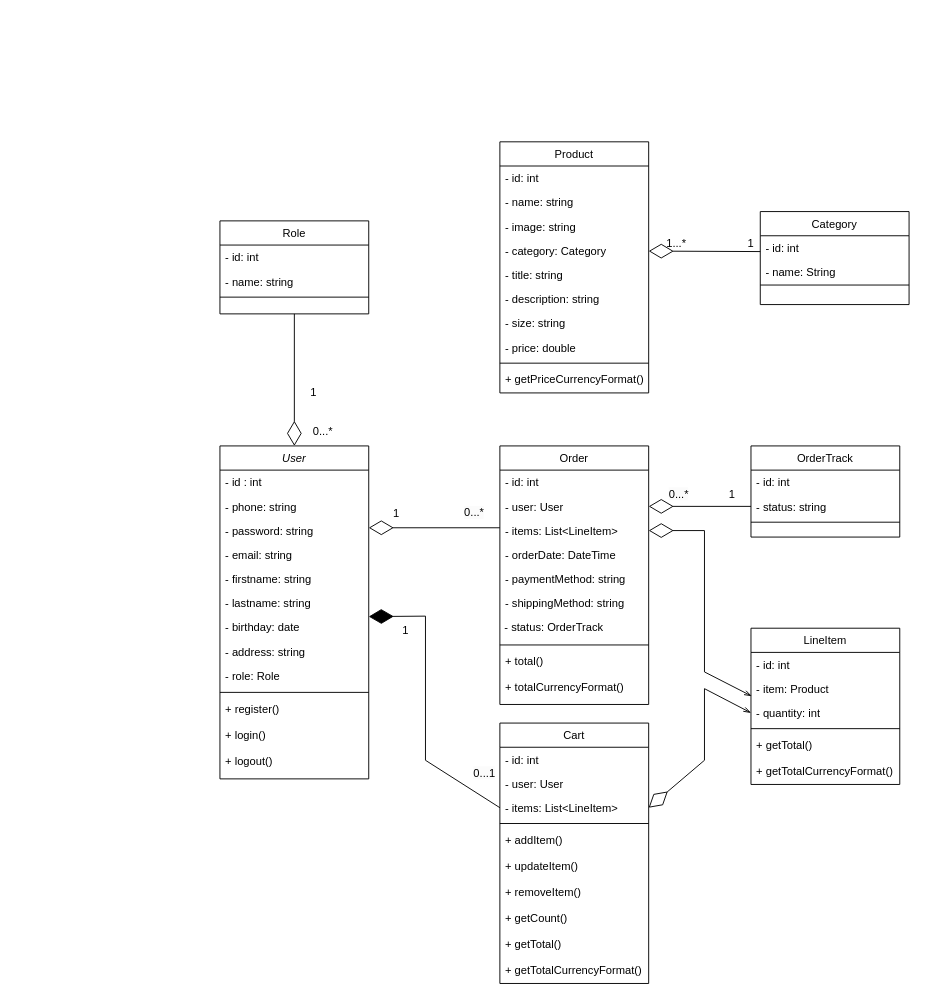
Earlier version of the draw.io diagram WEB.drawio (Bisoo12300/web_project_ERD). Source tidied: cells renumbered, new cells numbered last; positions are measured from the earlier drawing's top-left corner, leaving out a move shared by most shapes. Both pictures are drawn from the tidied source at 93%, with x=0, y=0 at pixel (219, 141).
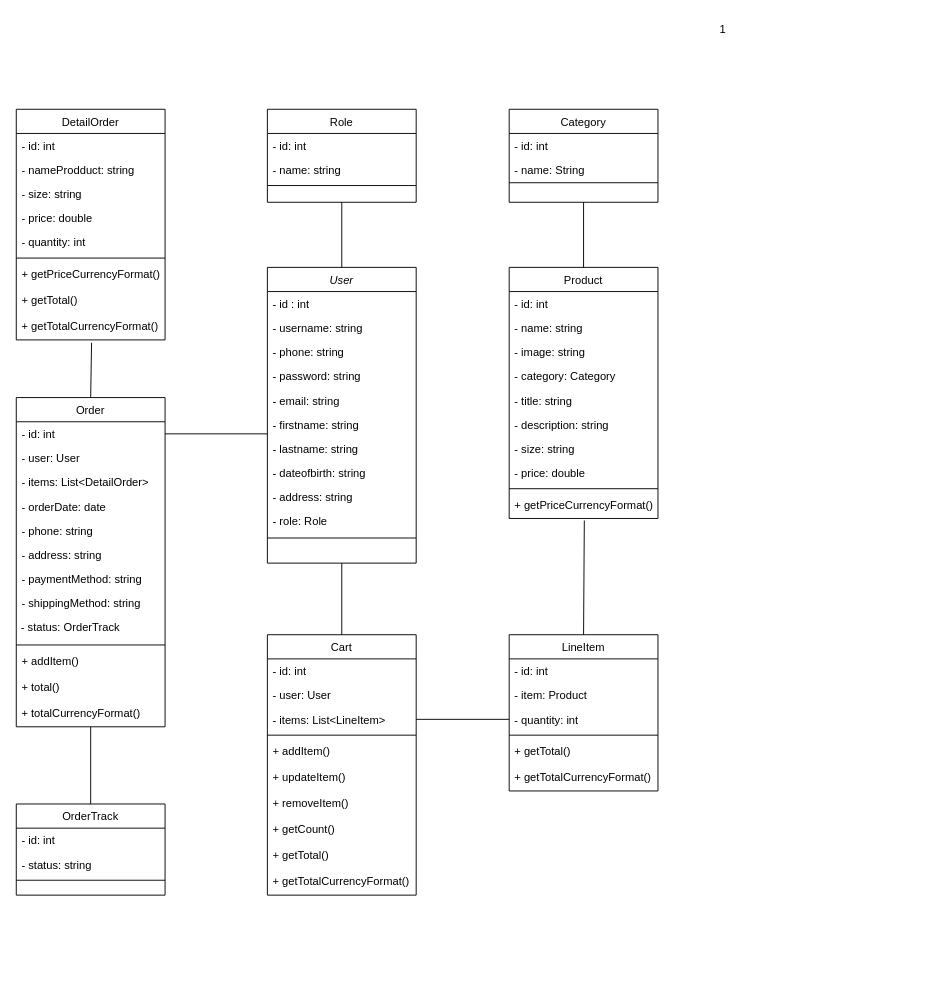
After the change.

Commit message:
Cập nhật WEB.drawio

Unchanged cells that the change refers to:
```xml
<mxCell id="26" value="- items: List&lt;LineItem&gt;" style="text;align=left;verticalAlign=top;spacingLeft=4;spacingRight=4;overflow=hidden;points=[[0,0.5],[1,0.5]];portConstraint=eastwest;" parent="23" vertex="1">
  <mxGeometry y="78" width="160" height="26" as="geometry" />
</mxCell>
<mxCell id="36" value="- item: Product" style="text;align=left;verticalAlign=top;spacingLeft=4;spacingRight=4;overflow=hidden;points=[[0,0.5],[1,0.5]];portConstraint=eastwest;" parent="34" vertex="1">
  <mxGeometry y="52" width="160" height="26" as="geometry" />
</mxCell>
<mxCell id="37" value="- quantity: int" style="text;align=left;verticalAlign=top;spacingLeft=4;spacingRight=4;overflow=hidden;points=[[0,0.5],[1,0.5]];portConstraint=eastwest;" parent="34" vertex="1">
  <mxGeometry y="78" width="160" height="26" as="geometry" />
</mxCell>
<mxCell id="51" value="+ getPriceCurrencyFormat()" style="text;align=left;verticalAlign=top;spacingLeft=4;spacingRight=4;overflow=hidden;points=[[0,0.5],[1,0.5]];portConstraint=eastwest;rounded=0;shadow=0;html=0;" parent="41" vertex="1">
  <mxGeometry y="242" width="160" height="28" as="geometry" />
</mxCell>
<mxCell id="60" value="- id: int" style="text;align=left;verticalAlign=top;spacingLeft=4;spacingRight=4;overflow=hidden;points=[[0,0.5],[1,0.5]];portConstraint=eastwest;" parent="59" vertex="1">
  <mxGeometry y="26" width="160" height="26" as="geometry" />
</mxCell>
<mxCell id="61" value="- user: User" style="text;align=left;verticalAlign=top;spacingLeft=4;spacingRight=4;overflow=hidden;points=[[0,0.5],[1,0.5]];portConstraint=eastwest;rounded=0;shadow=0;html=0;" parent="59" vertex="1">
  <mxGeometry y="52" width="160" height="26" as="geometry" />
</mxCell>
<mxCell id="78" value="- status: string" style="text;align=left;verticalAlign=top;spacingLeft=4;spacingRight=4;overflow=hidden;points=[[0,0.5],[1,0.5]];portConstraint=eastwest;" parent="76" vertex="1">
  <mxGeometry y="52" width="160" height="26" as="geometry" />
</mxCell>
```

What changed in the source:
```diff
@@
     <mxCell id="2" value="User" style="swimlane;fontStyle=2;align=center;verticalAlign=top;horizontal=1;startSize=26;rounded=0;shadow=0;strokeWidth=1;" parent="1" vertex="1">
-      <mxGeometry y="327" width="160" height="358" as="geometry" />
+      <mxGeometry x="51" y="135" width="160" height="318" as="geometry" />
     </mxCell>
@@
+    <mxCell id="85" value="- username: string" style="text;align=left;verticalAlign=top;spacingLeft=4;spacingRight=4;overflow=hidden;" parent="2" vertex="1">
+      <mxGeometry y="52" width="160" height="26" as="geometry" />
+    </mxCell>
     <mxCell id="4" value="- phone: string" style="text;align=left;verticalAlign=top;spacingLeft=4;spacingRight=4;overflow=hidden;rounded=0;shadow=0;html=0;" parent="2" vertex="1">
-      <mxGeometry y="52" width="160" height="26" as="geometry" />
+      <mxGeometry y="78" width="160" height="26" as="geometry" />
     </mxCell>
     <mxCell id="5" value="- password: string&#10;" style="text;align=left;verticalAlign=top;spacingLeft=4;spacingRight=4;overflow=hidden;rounded=0;shadow=0;html=0;" parent="2" vertex="1">
-      <mxGeometry y="78" width="160" height="26" as="geometry" />
+      <mxGeometry y="104" width="160" height="26" as="geometry" />
     </mxCell>
     <mxCell id="6" value="- email: string" style="text;align=left;verticalAlign=top;spacingLeft=4;spacingRight=4;overflow=hidden;rounded=0;shadow=0;html=0;" parent="2" vertex="1">
-      <mxGeometry y="104" width="160" height="26" as="geometry" />
+      <mxGeometry y="130" width="160" height="26" as="geometry" />
     </mxCell>
     <mxCell id="7" value="- firstname: string&#10;" style="text;align=left;verticalAlign=top;spacingLeft=4;spacingRight=4;overflow=hidden;rounded=0;shadow=0;html=0;" parent="2" vertex="1">
-      <mxGeometry y="130" width="160" height="26" as="geometry" />
+      <mxGeometry y="156" width="160" height="26" as="geometry" />
     </mxCell>
     <mxCell id="8" value="- lastname: string" style="text;align=left;verticalAlign=top;spacingLeft=4;spacingRight=4;overflow=hidden;rounded=0;shadow=0;html=0;" parent="2" vertex="1">
-      <mxGeometry y="156" width="160" height="26" as="geometry" />
+      <mxGeometry y="182" width="160" height="26" as="geometry" />
     </mxCell>
-    <mxCell id="9" value="- birthday: date" style="text;align=left;verticalAlign=top;spacingLeft=4;spacingRight=4;overflow=hidden;points=[[0,0.5],[1,0.5]];portConstraint=eastwest;rounded=0;shadow=0;html=0;" parent="2" vertex="1">
-      <mxGeometry y="182" width="160" height="26" as="geometry" />
+    <mxCell id="9" value="- dateofbirth: string" style="text;align=left;verticalAlign=top;spacingLeft=4;spacingRight=4;overflow=hidden;points=[[0,0.5],[1,0.5]];portConstraint=eastwest;rounded=0;shadow=0;html=0;" parent="2" vertex="1">
+      <mxGeometry y="208" width="160" height="26" as="geometry" />
     </mxCell>
     <mxCell id="10" value="- address: string " style="text;align=left;verticalAlign=top;spacingLeft=4;spacingRight=4;overflow=hidden;rounded=0;shadow=0;html=0;" parent="2" vertex="1">
-      <mxGeometry y="208" width="160" height="26" as="geometry" />
+      <mxGeometry y="234" width="160" height="26" as="geometry" />
     </mxCell>
     <mxCell id="11" value="- role: Role " style="text;align=left;verticalAlign=top;spacingLeft=4;spacingRight=4;overflow=hidden;rounded=0;shadow=0;html=0;" parent="2" vertex="1">
-      <mxGeometry y="234" width="160" height="26" as="geometry" />
+      <mxGeometry y="260" width="160" height="26" as="geometry" />
     </mxCell>
     <mxCell id="12" style="line;html=1;strokeWidth=1;align=left;verticalAlign=middle;spacingTop=-1;spacingLeft=3;spacingRight=3;labelPosition=right;" parent="2" vertex="1">
-      <mxGeometry y="260" width="160" height="10" as="geometry" />
+      <mxGeometry y="286" width="160" height="10" as="geometry" />
     </mxCell>
-    <mxCell id="13" value="+ register()" style="text;align=left;verticalAlign=top;spacingLeft=4;spacingRight=4;overflow=hidden;rounded=0;shadow=0;html=0;" parent="2" vertex="1">
-      <mxGeometry y="270" width="160" height="28" as="geometry" />
-    </mxCell>
-    <mxCell id="14" value="+ login()" style="text;align=left;verticalAlign=top;spacingLeft=4;spacingRight=4;overflow=hidden;rounded=0;shadow=0;html=0;" parent="2" vertex="1">
-      <mxGeometry y="298" width="160" height="28" as="geometry" />
-    </mxCell>
-    <mxCell id="15" value="+ logout()" style="text;align=left;verticalAlign=top;spacingLeft=4;spacingRight=4;overflow=hidden;rounded=0;shadow=0;html=0;" parent="2" vertex="1">
-      <mxGeometry y="326" width="160" height="28" as="geometry" />
-    </mxCell>
     <mxCell id="16" value="Role" style="swimlane;fontStyle=0;align=center;verticalAlign=top;horizontal=1;startSize=26;rounded=0;shadow=0;strokeWidth=1;" parent="1" vertex="1">
-      <mxGeometry y="85" width="160" height="100" as="geometry" />
+      <mxGeometry x="51" y="-35" width="160" height="100" as="geometry" />
     </mxCell>
@@
-    <mxCell id="20" style="endArrow=diamondThin;endFill=0;endSize=24;html=1;rounded=0;entryX=0.5;entryY=0;entryDx=0;entryDy=0;exitX=0.5;exitY=1;exitDx=0;exitDy=0;" parent="1" edge="1" source="16" target="2">
-      <mxGeometry relative="1" as="geometry" />
-    </mxCell>
     <mxCell id="21" value="1" style="text;html=1;strokeColor=none;fillColor=none;align=center;verticalAlign=middle;whiteSpace=wrap;rounded=0;" parent="1" vertex="1">
-      <mxGeometry x="71" y="255" width="60" height="30" as="geometry" />
+      <mxGeometry x="511" y="-135" width="60" height="30" as="geometry" />
     </mxCell>
-    <mxCell id="22" value="0...*" style="text;html=1;strokeColor=none;fillColor=none;align=center;verticalAlign=middle;whiteSpace=wrap;rounded=0;" parent="1" vertex="1">
-      <mxGeometry x="81" y="297" width="60" height="30" as="geometry" />
-    </mxCell>
     <mxCell id="23" value="Cart" style="swimlane;fontStyle=0;align=center;verticalAlign=top;horizontal=1;startSize=26;rounded=0;shadow=0;strokeWidth=1;" parent="1" vertex="1">
-      <mxGeometry x="301" y="625" width="160" height="280" as="geometry" />
+      <mxGeometry x="51" y="530" width="160" height="280" as="geometry" />
     </mxCell>
@@
     <mxCell id="34" value="LineItem" style="swimlane;fontStyle=0;align=center;verticalAlign=top;horizontal=1;startSize=26;rounded=0;shadow=0;strokeWidth=1;" parent="1" vertex="1">
-      <mxGeometry x="571" y="523" width="160" height="168" as="geometry" />
+      <mxGeometry x="311" y="530" width="160" height="168" as="geometry" />
     </mxCell>
@@
     <mxCell id="41" value="Product" style="swimlane;fontStyle=0;align=center;verticalAlign=top;horizontal=1;startSize=26;rounded=0;shadow=0;strokeWidth=1;" parent="1" vertex="1">
-      <mxGeometry x="301" width="160" height="270" as="geometry" />
+      <mxGeometry x="311" y="135" width="160" height="270" as="geometry" />
     </mxCell>
@@
     <mxCell id="52" value="Category" style="swimlane;fontStyle=0;align=center;verticalAlign=top;horizontal=1;startSize=26;rounded=0;shadow=0;strokeWidth=1;" parent="1" vertex="1">
-      <mxGeometry x="581" y="75" width="160" height="100" as="geometry" />
+      <mxGeometry x="311" y="-35" width="160" height="100" as="geometry" />
     </mxCell>
@@
-    <mxCell id="56" style="endArrow=diamondThin;endFill=0;endSize=24;html=1;rounded=0;entryX=0;entryY=0.75;entryDx=0;entryDy=0;" parent="1" edge="1" target="58">
-      <mxGeometry relative="1" as="geometry">
-        <mxPoint x="581" y="118" as="sourcePoint" />
-      </mxGeometry>
-    </mxCell>
-    <mxCell id="57" value="1" style="text;html=1;strokeColor=none;fillColor=none;align=center;verticalAlign=middle;whiteSpace=wrap;rounded=0;" parent="1" vertex="1">
-      <mxGeometry x="541" y="95" width="60" height="30" as="geometry" />
-    </mxCell>
-    <mxCell id="58" value="1...*" style="text;html=1;strokeColor=none;fillColor=none;align=center;verticalAlign=middle;whiteSpace=wrap;rounded=0;" parent="1" vertex="1">
-      <mxGeometry x="461" y="95" width="60" height="30" as="geometry" />
-    </mxCell>
     <mxCell id="59" value="Order" style="swimlane;fontStyle=0;align=center;verticalAlign=top;horizontal=1;startSize=26;rounded=0;shadow=0;strokeWidth=1;" parent="1" vertex="1">
-      <mxGeometry x="301" y="327" width="160" height="278" as="geometry" />
+      <mxGeometry x="-219" y="275" width="160" height="354" as="geometry" />
     </mxCell>
@@
-    <mxCell id="62" value="- items: List&lt;LineItem&gt;" style="text;align=left;verticalAlign=top;spacingLeft=4;spacingRight=4;overflow=hidden;points=[[0,0.5],[1,0.5]];portConstraint=eastwest;" parent="59" vertex="1">
+    <mxCell id="62" value="- items: List&lt;DetailOrder&gt;" style="text;align=left;verticalAlign=top;spacingLeft=4;spacingRight=4;overflow=hidden;points=[[0,0.5],[1,0.5]];portConstraint=eastwest;" parent="59" vertex="1">
       <mxGeometry y="78" width="160" height="26" as="geometry" />
     </mxCell>
-    <mxCell id="63" value="- orderDate: DateTime" style="text;align=left;verticalAlign=top;spacingLeft=4;spacingRight=4;overflow=hidden;rounded=0;shadow=0;html=0;" parent="59" vertex="1">
+    <mxCell id="63" value="- orderDate: date" style="text;align=left;verticalAlign=top;spacingLeft=4;spacingRight=4;overflow=hidden;rounded=0;shadow=0;html=0;" parent="59" vertex="1">
       <mxGeometry y="104" width="160" height="26" as="geometry" />
     </mxCell>
+    <mxCell id="86" value="- phone: string" style="text;align=left;verticalAlign=top;spacingLeft=4;spacingRight=4;overflow=hidden;rounded=0;shadow=0;html=0;" parent="59" vertex="1">
+      <mxGeometry y="130" width="160" height="26" as="geometry" />
+    </mxCell>
+    <mxCell id="87" value="- address: string " style="text;align=left;verticalAlign=top;spacingLeft=4;spacingRight=4;overflow=hidden;rounded=0;shadow=0;html=0;" parent="59" vertex="1">
+      <mxGeometry y="156" width="160" height="26" as="geometry" />
+    </mxCell>
     <mxCell id="64" value="- paymentMethod: string" style="text;align=left;verticalAlign=top;spacingLeft=4;spacingRight=4;overflow=hidden;rounded=0;shadow=0;html=0;" parent="59" vertex="1">
-      <mxGeometry y="130" width="160" height="26" as="geometry" />
+      <mxGeometry y="182" width="160" height="26" as="geometry" />
     </mxCell>
     <mxCell id="65" value="- shippingMethod: string" style="text;align=left;verticalAlign=top;spacingLeft=4;spacingRight=4;overflow=hidden;rounded=0;shadow=0;html=0;" parent="59" vertex="1">
-      <mxGeometry y="156" width="160" height="26" as="geometry" />
+      <mxGeometry y="208" width="160" height="26" as="geometry" />
     </mxCell>
     <mxCell id="66" value="&amp;nbsp;- status: OrderTrack" style="text;whiteSpace=wrap;html=1;" parent="59" vertex="1">
-      <mxGeometry y="182" width="160" height="28" as="geometry" />
+      <mxGeometry y="234" width="160" height="28" as="geometry" />
     </mxCell>
     <mxCell id="67" style="line;html=1;strokeWidth=1;align=left;verticalAlign=middle;spacingTop=-1;spacingLeft=3;spacingRight=3;labelPosition=right;" parent="59" vertex="1">
-      <mxGeometry y="210" width="160" height="8" as="geometry" />
+      <mxGeometry y="262" width="160" height="8" as="geometry" />
     </mxCell>
+    <mxCell id="88" value="+ addItem()" style="text;align=left;verticalAlign=top;spacingLeft=4;spacingRight=4;overflow=hidden;rounded=0;shadow=0;html=0;" parent="59" vertex="1">
+      <mxGeometry y="270" width="160" height="28" as="geometry" />
+    </mxCell>
     <mxCell id="68" value="+ total()" style="text;align=left;verticalAlign=top;spacingLeft=4;spacingRight=4;overflow=hidden;rounded=0;shadow=0;html=0;" parent="59" vertex="1">
-      <mxGeometry y="218" width="160" height="28" as="geometry" />
+      <mxGeometry y="298" width="160" height="28" as="geometry" />
     </mxCell>
     <mxCell id="69" value="+ totalCurrencyFormat()" style="text;align=left;verticalAlign=top;spacingLeft=4;spacingRight=4;overflow=hidden;points=[[0,0.5],[1,0.5]];portConstraint=eastwest;rounded=0;shadow=0;html=0;" parent="59" vertex="1">
-      <mxGeometry y="246" width="160" height="28" as="geometry" />
+      <mxGeometry y="326" width="160" height="28" as="geometry" />
     </mxCell>
-    <mxCell id="70" style="endArrow=diamondThin;endFill=1;endSize=24;html=1;rounded=0;entryX=1;entryY=0.058;entryDx=0;entryDy=0;entryPerimeter=0;exitX=0;exitY=0.5;exitDx=0;exitDy=0;" parent="1" edge="1" source="26" target="9">
-      <mxGeometry relative="1" as="geometry">
-        <Array as="points">
-          <mxPoint x="221" y="665" />
-          <mxPoint x="221" y="510" />
-        </Array>
-      </mxGeometry>
-    </mxCell>
-    <mxCell id="71" value="1" style="text;html=1;strokeColor=none;fillColor=none;align=center;verticalAlign=middle;whiteSpace=wrap;rounded=0;" parent="1" vertex="1">
-      <mxGeometry x="170" y="511" width="60" height="30" as="geometry" />
-    </mxCell>
-    <mxCell id="72" value="&lt;span style=&quot;color: rgb(0, 0, 0); font-family: Helvetica; font-size: 12px; font-style: normal; font-variant-ligatures: normal; font-variant-caps: normal; font-weight: 400; letter-spacing: normal; orphans: 2; text-align: center; text-indent: 0px; text-transform: none; widows: 2; word-spacing: 0px; -webkit-text-stroke-width: 0px; background-color: rgb(251, 251, 251); text-decoration-thickness: initial; text-decoration-style: initial; text-decoration-color: initial; float: none; display: inline !important;&quot;&gt;0...1&lt;/span&gt;" style="text;whiteSpace=wrap;html=1;" parent="1" vertex="1">
-      <mxGeometry x="271" y="665" width="50" height="40" as="geometry" />
-    </mxCell>
-    <mxCell id="73" style="endArrow=diamondThin;endFill=0;endSize=24;html=1;rounded=0;entryX=0;entryY=1;entryDx=0;entryDy=0;" parent="1" edge="1" target="74">
-      <mxGeometry relative="1" as="geometry">
-        <mxPoint x="301" y="415" as="sourcePoint" />
-      </mxGeometry>
-    </mxCell>
-    <mxCell id="74" value="1" style="text;html=1;strokeColor=none;fillColor=none;align=center;verticalAlign=middle;whiteSpace=wrap;rounded=0;" parent="1" vertex="1">
-      <mxGeometry x="160" y="385" width="60" height="30" as="geometry" />
-    </mxCell>
-    <mxCell id="75" value="&lt;span style=&quot;color: rgb(0, 0, 0); font-family: Helvetica; font-size: 12px; font-style: normal; font-variant-ligatures: normal; font-variant-caps: normal; font-weight: 400; letter-spacing: normal; orphans: 2; text-align: center; text-indent: 0px; text-transform: none; widows: 2; word-spacing: 0px; -webkit-text-stroke-width: 0px; background-color: rgb(251, 251, 251); text-decoration-thickness: initial; text-decoration-style: initial; text-decoration-color: initial; float: none; display: inline !important;&quot;&gt;0...*&lt;/span&gt;" style="text;whiteSpace=wrap;html=1;" parent="1" vertex="1">
-      <mxGeometry x="261" y="385" width="50" height="40" as="geometry" />
-    </mxCell>
     <mxCell id="76" value="OrderTrack" style="swimlane;fontStyle=0;align=center;verticalAlign=top;horizontal=1;startSize=26;rounded=0;shadow=0;strokeWidth=1;" parent="1" vertex="1">
-      <mxGeometry x="571" y="327" width="160" height="98" as="geometry" />
+      <mxGeometry x="-219" y="712" width="160" height="98" as="geometry" />
     </mxCell>
@@
-    <mxCell id="80" style="endArrow=diamondThin;endFill=0;endSize=24;html=1;rounded=0;entryX=1;entryY=0.5;entryDx=0;entryDy=0;exitX=0;exitY=0.5;exitDx=0;exitDy=0;" parent="1" edge="1" source="78" target="61">
-      <mxGeometry relative="1" as="geometry" />
-    </mxCell>
-    <mxCell id="81" value="1" style="text;html=1;strokeColor=none;fillColor=none;align=center;verticalAlign=middle;whiteSpace=wrap;rounded=0;" parent="1" vertex="1">
-      <mxGeometry x="521" y="365" width="60" height="30" as="geometry" />
-    </mxCell>
-    <mxCell id="82" value="&lt;span style=&quot;color: rgb(0, 0, 0); font-family: Helvetica; font-size: 12px; font-style: normal; font-variant-ligatures: normal; font-variant-caps: normal; font-weight: 400; letter-spacing: normal; orphans: 2; text-align: center; text-indent: 0px; text-transform: none; widows: 2; word-spacing: 0px; -webkit-text-stroke-width: 0px; background-color: rgb(251, 251, 251); text-decoration-thickness: initial; text-decoration-style: initial; text-decoration-color: initial; float: none; display: inline !important;&quot;&gt;0...*&lt;/span&gt;" style="text;whiteSpace=wrap;html=1;" parent="1" vertex="1">
-      <mxGeometry x="481" y="365" width="50" height="40" as="geometry" />
-    </mxCell>
-    <mxCell id="83" style="endArrow=diamondThin;endFill=0;endSize=24;html=1;rounded=0;entryX=1;entryY=0.5;entryDx=0;entryDy=0;exitX=0;exitY=0.5;exitDx=0;exitDy=0;startArrow=openThin;startFill=0;" parent="1" edge="1" source="37" target="26">
-      <mxGeometry relative="1" as="geometry">
-        <Array as="points">
-          <mxPoint x="521" y="588" />
-          <mxPoint x="521" y="665" />
-        </Array>
-      </mxGeometry>
-    </mxCell>
-    <mxCell id="84" style="endArrow=diamondThin;endFill=0;endSize=24;html=1;rounded=0;entryX=1;entryY=0.5;entryDx=0;entryDy=0;exitX=0.005;exitY=0.808;exitDx=0;exitDy=0;startArrow=openThin;startFill=0;exitPerimeter=0;" parent="1" edge="1" source="36" target="62">
-      <mxGeometry relative="1" as="geometry">
-        <Array as="points">
-          <mxPoint x="521" y="570" />
-          <mxPoint x="521" y="418" />
-        </Array>
-      </mxGeometry>
-    </mxCell>
+    <mxCell id="89" value="DetailOrder" style="swimlane;fontStyle=0;align=center;verticalAlign=top;horizontal=1;startSize=26;rounded=0;shadow=0;strokeWidth=1;" parent="1" vertex="1">
+      <mxGeometry x="-219" y="-35" width="160" height="248" as="geometry" />
+    </mxCell>
+    <mxCell id="90" value="- id: int" style="text;align=left;verticalAlign=top;spacingLeft=4;spacingRight=4;overflow=hidden;" parent="89" vertex="1">
+      <mxGeometry y="26" width="160" height="26" as="geometry" />
+    </mxCell>
+    <mxCell id="91" value="- nameProdduct: string" style="text;align=left;verticalAlign=top;spacingLeft=4;spacingRight=4;overflow=hidden;" parent="89" vertex="1">
+      <mxGeometry y="52" width="160" height="26" as="geometry" />
+    </mxCell>
+    <mxCell id="92" value="- size: string" style="text;align=left;verticalAlign=top;spacingLeft=4;spacingRight=4;overflow=hidden;" parent="89" vertex="1">
+      <mxGeometry y="78" width="160" height="26" as="geometry" />
+    </mxCell>
+    <mxCell id="93" value="- price: double" style="text;align=left;verticalAlign=top;spacingLeft=4;spacingRight=4;overflow=hidden;rounded=0;shadow=0;html=0;" parent="89" vertex="1">
+      <mxGeometry y="104" width="160" height="26" as="geometry" />
+    </mxCell>
+    <mxCell id="94" value="- quantity: int" style="text;align=left;verticalAlign=top;spacingLeft=4;spacingRight=4;overflow=hidden;" parent="89" vertex="1">
+      <mxGeometry y="130" width="160" height="26" as="geometry" />
+    </mxCell>
+    <mxCell id="95" style="line;html=1;strokeWidth=1;align=left;verticalAlign=middle;spacingTop=-1;spacingLeft=3;spacingRight=3;labelPosition=right;" parent="89" vertex="1">
+      <mxGeometry y="156" width="160" height="8" as="geometry" />
+    </mxCell>
+    <mxCell id="96" value="+ getPriceCurrencyFormat()" style="text;align=left;verticalAlign=top;spacingLeft=4;spacingRight=4;overflow=hidden;rounded=0;shadow=0;html=0;" parent="89" vertex="1">
+      <mxGeometry y="164" width="160" height="28" as="geometry" />
+    </mxCell>
+    <mxCell id="97" value="+ getTotal()" style="text;align=left;verticalAlign=top;spacingLeft=4;spacingRight=4;overflow=hidden;rounded=0;shadow=0;html=0;" parent="89" vertex="1">
+      <mxGeometry y="192" width="160" height="28" as="geometry" />
+    </mxCell>
+    <mxCell id="98" value="+ getTotalCurrencyFormat()" style="text;align=left;verticalAlign=top;spacingLeft=4;spacingRight=4;overflow=hidden;points=[[0,0.5],[1,0.5]];portConstraint=eastwest;rounded=0;shadow=0;html=0;" parent="89" vertex="1">
+      <mxGeometry y="220" width="160" height="28" as="geometry" />
+    </mxCell>
+    <mxCell id="99" style="endArrow=none;html=1;rounded=0;entryX=0.5;entryY=1;entryDx=0;entryDy=0;exitX=0.5;exitY=0;exitDx=0;exitDy=0;" parent="1" edge="1" source="2" target="16">
+      <mxGeometry relative="1" as="geometry" />
+    </mxCell>
+    <mxCell id="100" style="endArrow=none;html=1;rounded=0;entryX=0.5;entryY=1;entryDx=0;entryDy=0;exitX=0.5;exitY=0;exitDx=0;exitDy=0;" parent="1" edge="1" source="41" target="52">
+      <mxGeometry relative="1" as="geometry" />
+    </mxCell>
+    <mxCell id="101" style="endArrow=none;html=1;rounded=0;entryX=0.505;entryY=1.079;entryDx=0;entryDy=0;entryPerimeter=0;exitX=0.5;exitY=0;exitDx=0;exitDy=0;" parent="1" edge="1" source="34" target="51">
+      <mxGeometry relative="1" as="geometry" />
+    </mxCell>
+    <mxCell id="102" style="endArrow=none;html=1;rounded=0;entryX=0.5;entryY=1;entryDx=0;entryDy=0;exitX=0.5;exitY=0;exitDx=0;exitDy=0;" parent="1" edge="1" source="23" target="2">
+      <mxGeometry relative="1" as="geometry" />
+    </mxCell>
+    <mxCell id="103" style="endArrow=none;html=1;rounded=0;exitX=0.5;exitY=0;exitDx=0;exitDy=0;entryX=0.506;entryY=1.111;entryDx=0;entryDy=0;entryPerimeter=0;" parent="1" edge="1" source="59" target="98">
+      <mxGeometry relative="1" as="geometry" />
+    </mxCell>
+    <mxCell id="104" style="endArrow=none;html=1;rounded=0;exitX=0.5;exitY=0;exitDx=0;exitDy=0;" parent="1" edge="1" source="76" target="69">
+      <mxGeometry relative="1" as="geometry" />
+    </mxCell>
+    <mxCell id="105" style="endArrow=none;html=1;rounded=0;exitX=1;exitY=0.5;exitDx=0;exitDy=0;" parent="1" edge="1" source="60">
+      <mxGeometry relative="1" as="geometry">
+        <mxPoint x="51" y="314" as="targetPoint" />
+      </mxGeometry>
+    </mxCell>
+    <mxCell id="106" style="endArrow=none;html=1;rounded=0;exitX=1;exitY=0.5;exitDx=0;exitDy=0;entryX=0;entryY=0.5;entryDx=0;entryDy=0;" parent="1" edge="1" source="26" target="37">
+      <mxGeometry relative="1" as="geometry" />
+    </mxCell>
```
